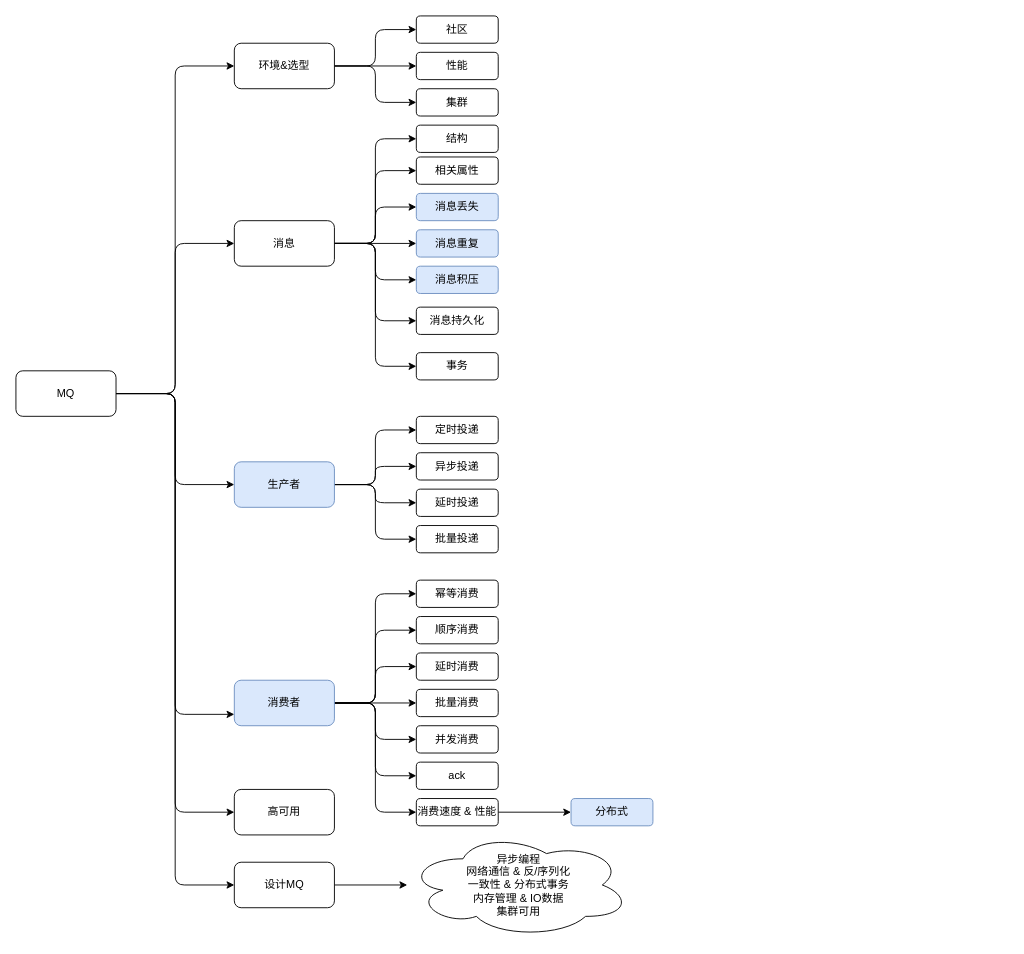
The draw.io diagram diagrams/interview/overview/04.mq.drawio in Alice52/diagrams, before the edit. Source tidied: cells renumbered, new cells numbered last; positions are measured from the earlier drawing's top-left corner, leaving out a move shared by most shapes. Both pictures are drawn from the tidied source at 91%, with x=0, y=0 at pixel (15, 15).
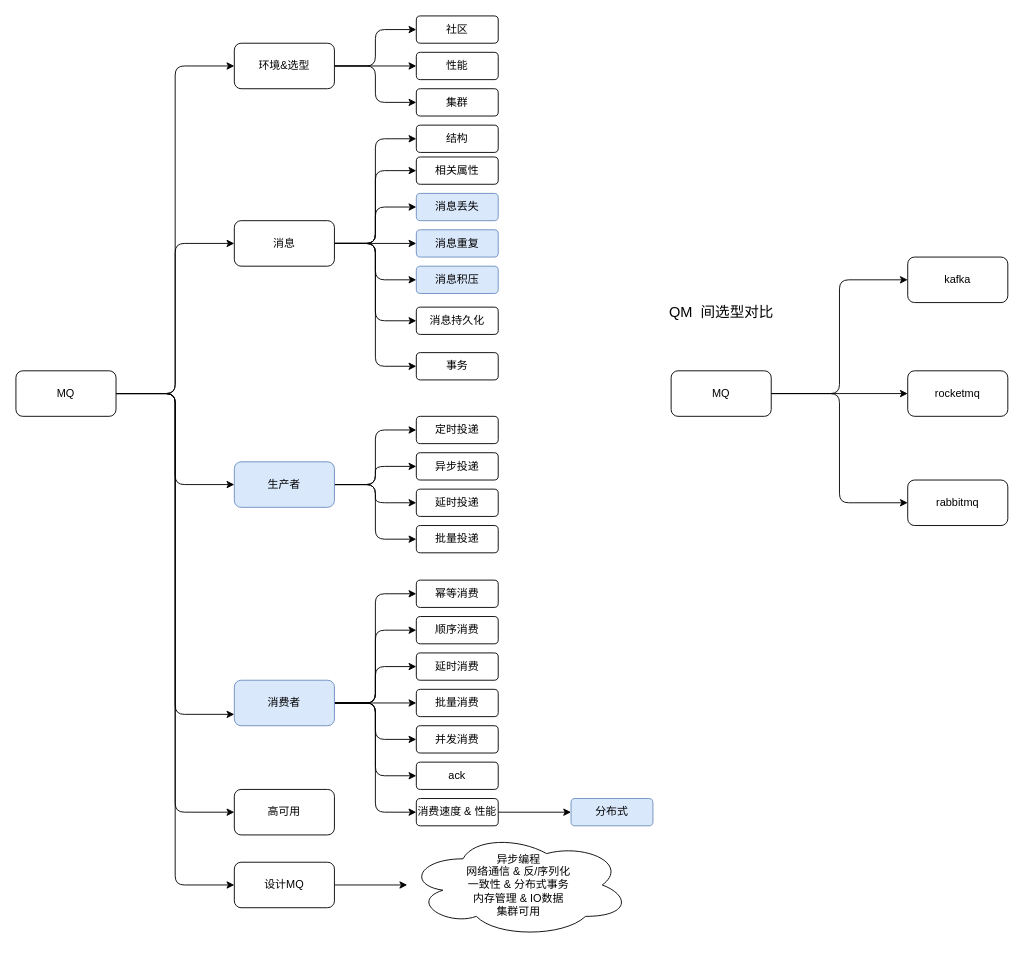
The same page after the edit.

Commit message (it also covers changes not shown here):
interview: add middlwware diagram

Change to the diagram source:
```diff
@@
+    <mxCell id="61" style="edgeStyle=orthogonalEdgeStyle;rounded=1;jettySize=auto;html=1;entryX=0;entryY=0.5;entryDx=0;entryDy=0;" parent="1" edge="1" source="64" target="65">
+      <mxGeometry relative="1" as="geometry" />
+    </mxCell>
+    <mxCell id="62" style="edgeStyle=orthogonalEdgeStyle;rounded=1;jettySize=auto;html=1;" parent="1" edge="1" source="64" target="66">
+      <mxGeometry relative="1" as="geometry" />
+    </mxCell>
+    <mxCell id="63" style="edgeStyle=orthogonalEdgeStyle;rounded=1;jettySize=auto;html=1;entryX=0;entryY=0.5;entryDx=0;entryDy=0;" parent="1" edge="1" source="64" target="67">
+      <mxGeometry relative="1" as="geometry" />
+    </mxCell>
+    <mxCell id="64" value="MQ" style="rounded=1;whiteSpace=wrap;html=1;" parent="1" vertex="1">
+      <mxGeometry x="720" y="390" width="110" height="50" as="geometry" />
+    </mxCell>
+    <mxCell id="65" value="kafka" style="rounded=1;whiteSpace=wrap;html=1;" parent="1" vertex="1">
+      <mxGeometry x="980" y="265" width="110" height="50" as="geometry" />
+    </mxCell>
+    <mxCell id="66" value="rocketmq" style="rounded=1;whiteSpace=wrap;html=1;" parent="1" vertex="1">
+      <mxGeometry x="980" y="390" width="110" height="50" as="geometry" />
+    </mxCell>
+    <mxCell id="67" value="rabbitmq" style="rounded=1;whiteSpace=wrap;html=1;" parent="1" vertex="1">
+      <mxGeometry x="980" y="510" width="110" height="50" as="geometry" />
+    </mxCell>
+    <mxCell id="68" value="&lt;font style=&quot;font-size: 16px&quot;&gt;QM&amp;nbsp; 间选型对比&lt;/font&gt;" style="text;html=1;align=center;verticalAlign=middle;strokeColor=none;" parent="1" vertex="1">
+      <mxGeometry x="710" y="315" width="130" height="20" as="geometry" />
+    </mxCell>
```
